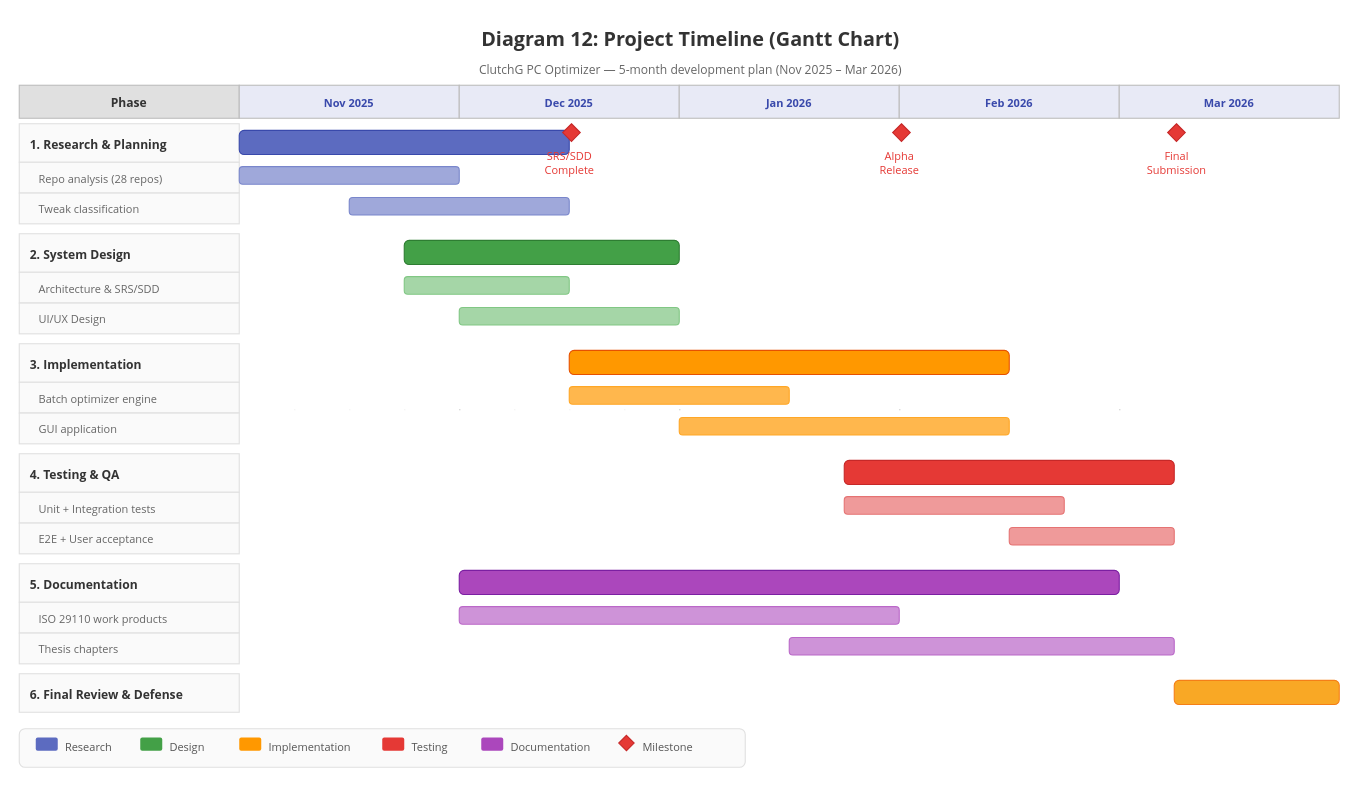
Above: docs/diagrams/12-gantt-chart.drawio in neckttiie090520/clutchg-pc-optimizer (draw.io), before the change. Source tidied: cells renumbered, new cells numbered last; positions are measured from the earlier drawing's top-left corner, leaving out a move shared by most shapes. Both pictures are drawn from the tidied source at 110%, with x=0, y=0 at pixel (19, 19).
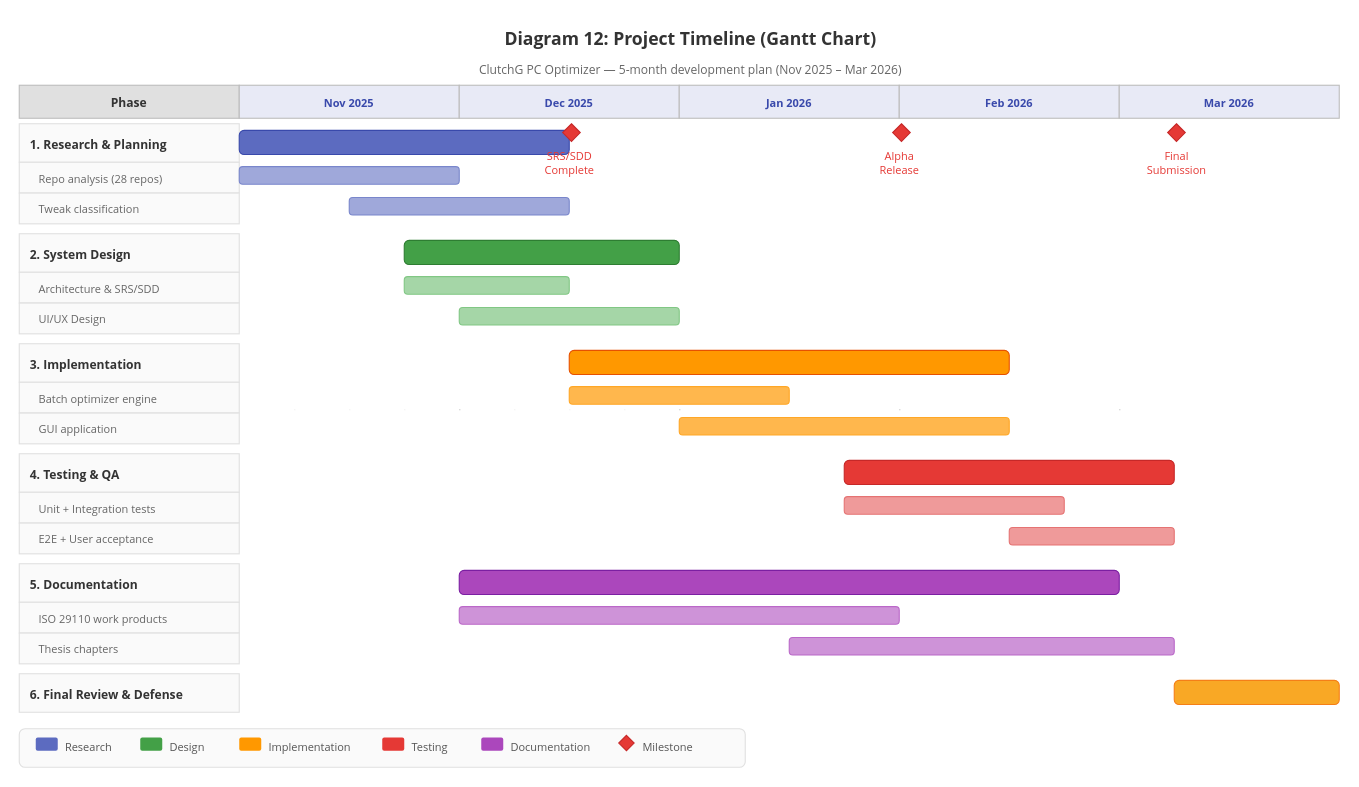
The same page after the edit.

What changed in the source:
```diff
@@
-    <mxCell id="2" value="Diagram 12: Project Timeline (Gantt Chart)" style="text;html=1;fontSize=18;fontStyle=1;fontFamily=Segoe UI;align=center;verticalAlign=middle;fillColor=none;strokeColor=none;fontColor=#333333;" parent="1" vertex="1">
+    <mxCell id="2" value="Diagram 12: Project Timeline (Gantt Chart)" style="text;html=1;fontSize=16;fontStyle=1;fontFamily=Segoe UI;align=center;verticalAlign=middle;fillColor=none;strokeColor=none;fontColor=#333333;" parent="1" vertex="1">
       <mxGeometry x="260" width="700" height="35" as="geometry" />
     </mxCell>
```
